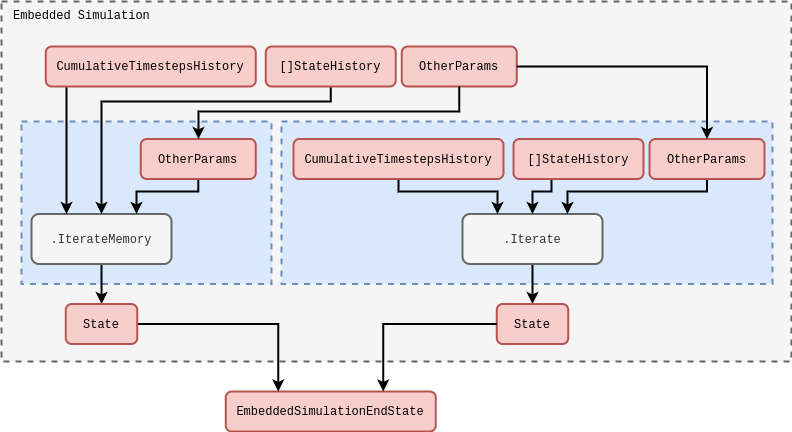
The draw.io diagram assets/stochadexIII/stochadexIII-embedded-simulations.drawio.png in umbralcalc/umbralcalc.github.io, before a commit. Source tidied: cells renumbered, new cells last; positions are measured from the earlier drawing's top-left corner, leaving out a move shared by most shapes.
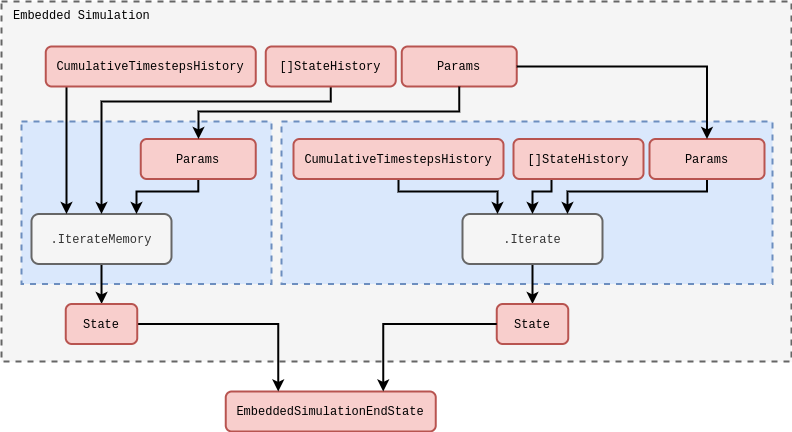
The same diagram one commit later.

Diff of the diagram source:
```diff
@@ -5,7 +5,7 @@
     <mxCell id="2" style="rounded=0;whiteSpace=wrap;html=1;fillColor=#f5f5f5;dashed=1;strokeWidth=2;fontColor=#333333;strokeColor=#666666;" parent="1" vertex="1">
       <mxGeometry width="790" height="360" as="geometry" />
     </mxCell>
-    <mxCell id="3" value="&lt;font face=&quot;Courier New&quot;&gt;OtherParams&lt;/font&gt;" style="rounded=1;whiteSpace=wrap;html=1;strokeWidth=2;fillColor=#f8cecc;strokeColor=#b85450;" parent="1" vertex="1">
+    <mxCell id="3" value="&lt;font face=&quot;Courier New&quot;&gt;Params&lt;/font&gt;" style="rounded=1;whiteSpace=wrap;html=1;strokeWidth=2;fillColor=#f8cecc;strokeColor=#b85450;" parent="1" vertex="1">
       <mxGeometry x="400.2" y="45" width="115" height="40" as="geometry" />
     </mxCell>
     <mxCell id="4" style="rounded=0;whiteSpace=wrap;html=1;dashed=1;strokeWidth=2;fillColor=#dae8fc;strokeColor=#6c8ebf;" parent="1" vertex="1">
@@ -73,7 +73,7 @@
         </Array>
       </mxGeometry>
     </mxCell>
-    <mxCell id="20" value="&lt;font face=&quot;Courier New&quot;&gt;OtherParams&lt;/font&gt;" style="rounded=1;whiteSpace=wrap;html=1;strokeWidth=2;fillColor=#f8cecc;strokeColor=#b85450;" parent="1" vertex="1">
+    <mxCell id="20" value="&lt;font face=&quot;Courier New&quot;&gt;Params&lt;/font&gt;" style="rounded=1;whiteSpace=wrap;html=1;strokeWidth=2;fillColor=#f8cecc;strokeColor=#b85450;" parent="1" vertex="1">
       <mxGeometry x="648" y="137.5" width="115" height="40" as="geometry" />
     </mxCell>
     <mxCell id="21" style="edgeStyle=orthogonalEdgeStyle;rounded=0;jettySize=auto;html=1;strokeWidth=2;" parent="1" edge="1" source="22" target="17">
@@ -106,7 +106,7 @@
         </Array>
       </mxGeometry>
     </mxCell>
-    <mxCell id="26" value="&lt;font face=&quot;Courier New&quot;&gt;OtherParams&lt;/font&gt;" style="rounded=1;whiteSpace=wrap;html=1;strokeWidth=2;fillColor=#f8cecc;strokeColor=#b85450;" parent="1" vertex="1">
+    <mxCell id="26" value="&lt;font face=&quot;Courier New&quot;&gt;Params&lt;/font&gt;" style="rounded=1;whiteSpace=wrap;html=1;strokeWidth=2;fillColor=#f8cecc;strokeColor=#b85450;" parent="1" vertex="1">
       <mxGeometry x="139.2" y="137.5" width="115" height="40" as="geometry" />
     </mxCell>
     <mxCell id="27" style="edgeStyle=orthogonalEdgeStyle;rounded=0;jettySize=auto;html=1;strokeWidth=2;" parent="1" edge="1" source="3" target="26">
```
